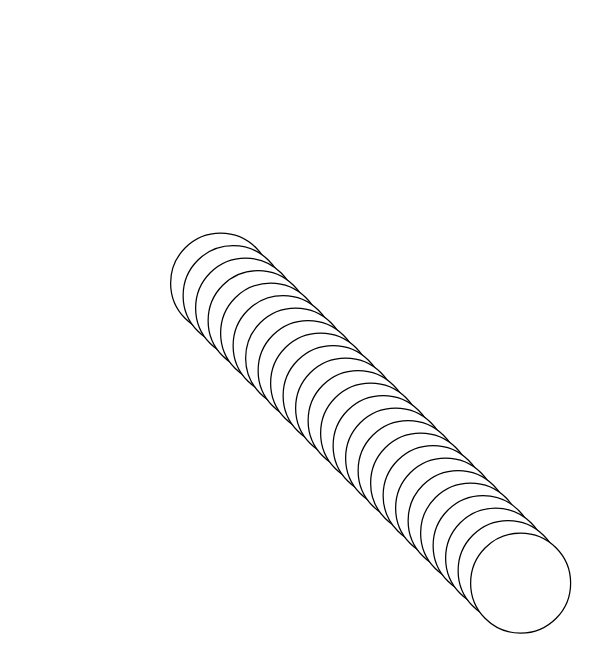
iswade/iswade keeps this draw.io diagram as desing.drawio. Above is the earlier version. Source tidied: cells renumbered, new cells numbered last; positions are measured from the earlier drawing's top-left corner, leaving out a move shared by most shapes. Both pictures are drawn from the tidied source at 125%, with x=0, y=0 at pixel (170, 232).
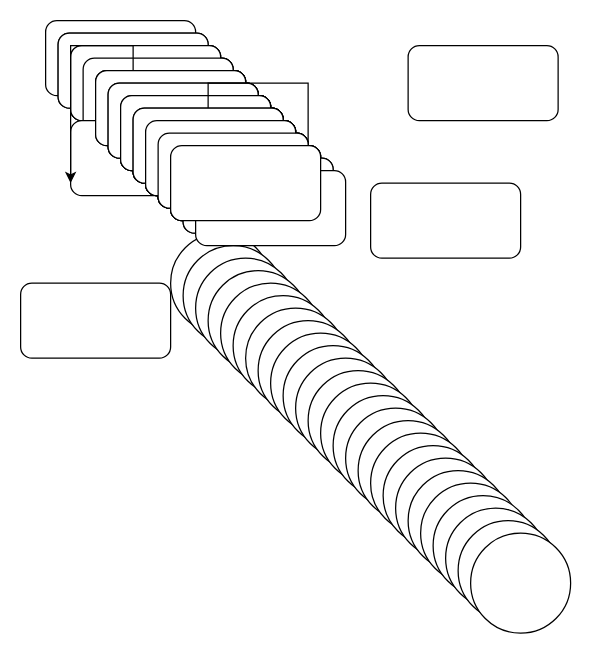
The same page after the edit.

Change to the diagram source:
```diff
@@
+    <mxCell id="27" style="rounded=1;whiteSpace=wrap;html=1;" parent="1" vertex="1">
+      <mxGeometry x="-100" y="-170" width="120" height="60" as="geometry" />
+    </mxCell>
+    <mxCell id="28" style="rounded=1;whiteSpace=wrap;html=1;" parent="1" vertex="1">
+      <mxGeometry x="-90" y="-160" width="120" height="60" as="geometry" />
+    </mxCell>
+    <mxCell id="29" style="rounded=1;whiteSpace=wrap;html=1;" parent="1" vertex="1">
+      <mxGeometry x="-80" y="-150" width="120" height="60" as="geometry" />
+    </mxCell>
+    <mxCell id="30" style="rounded=1;whiteSpace=wrap;html=1;" parent="1" vertex="1">
+      <mxGeometry x="-70" y="-140" width="120" height="60" as="geometry" />
+    </mxCell>
+    <mxCell id="31" style="rounded=1;whiteSpace=wrap;html=1;" parent="1" vertex="1">
+      <mxGeometry x="-60" y="-130" width="120" height="60" as="geometry" />
+    </mxCell>
+    <mxCell id="32" style="rounded=1;whiteSpace=wrap;html=1;" parent="1" vertex="1">
+      <mxGeometry x="-50" y="-120" width="120" height="60" as="geometry" />
+    </mxCell>
+    <mxCell id="33" style="rounded=1;whiteSpace=wrap;html=1;" parent="1" vertex="1">
+      <mxGeometry x="-40" y="-110" width="120" height="60" as="geometry" />
+    </mxCell>
+    <mxCell id="34" style="rounded=1;whiteSpace=wrap;html=1;" parent="1" vertex="1">
+      <mxGeometry x="-90" y="-160" width="120" height="60" as="geometry" />
+    </mxCell>
+    <mxCell id="35" style="rounded=1;whiteSpace=wrap;html=1;" parent="1" vertex="1">
+      <mxGeometry x="-80" y="-150" width="120" height="60" as="geometry" />
+    </mxCell>
+    <mxCell id="36" style="rounded=1;whiteSpace=wrap;html=1;" parent="1" vertex="1">
+      <mxGeometry x="-70" y="-140" width="120" height="60" as="geometry" />
+    </mxCell>
+    <mxCell id="37" style="rounded=1;whiteSpace=wrap;html=1;" parent="1" vertex="1">
+      <mxGeometry x="-60" y="-130" width="120" height="60" as="geometry" />
+    </mxCell>
+    <mxCell id="38" style="rounded=1;whiteSpace=wrap;html=1;" parent="1" vertex="1">
+      <mxGeometry x="-50" y="-120" width="120" height="60" as="geometry" />
+    </mxCell>
+    <mxCell id="39" style="rounded=1;whiteSpace=wrap;html=1;" parent="1" vertex="1">
+      <mxGeometry x="-40" y="-110" width="120" height="60" as="geometry" />
+    </mxCell>
+    <mxCell id="40" style="rounded=1;whiteSpace=wrap;html=1;" parent="1" vertex="1">
+      <mxGeometry x="-30" y="-100" width="120" height="60" as="geometry" />
+    </mxCell>
+    <mxCell id="41" style="rounded=1;whiteSpace=wrap;html=1;" parent="1" vertex="1">
+      <mxGeometry x="-80" y="-150" width="120" height="60" as="geometry" />
+    </mxCell>
+    <mxCell id="42" style="rounded=1;whiteSpace=wrap;html=1;" parent="1" vertex="1">
+      <mxGeometry x="-70" y="-140" width="120" height="60" as="geometry" />
+    </mxCell>
+    <mxCell id="43" style="rounded=1;whiteSpace=wrap;html=1;" parent="1" vertex="1">
+      <mxGeometry x="-60" y="-130" width="120" height="60" as="geometry" />
+    </mxCell>
+    <mxCell id="44" style="rounded=1;whiteSpace=wrap;html=1;" parent="1" vertex="1">
+      <mxGeometry x="-50" y="-120" width="120" height="60" as="geometry" />
+    </mxCell>
+    <mxCell id="45" style="rounded=1;whiteSpace=wrap;html=1;" parent="1" vertex="1">
+      <mxGeometry x="-40" y="-110" width="120" height="60" as="geometry" />
+    </mxCell>
+    <mxCell id="46" style="rounded=1;whiteSpace=wrap;html=1;" parent="1" vertex="1">
+      <mxGeometry x="-30" y="-100" width="120" height="60" as="geometry" />
+    </mxCell>
+    <mxCell id="47" style="rounded=1;whiteSpace=wrap;html=1;" parent="1" vertex="1">
+      <mxGeometry x="-20" y="-90" width="120" height="60" as="geometry" />
+    </mxCell>
+    <mxCell id="48" style="rounded=1;whiteSpace=wrap;html=1;" parent="1" vertex="1">
+      <mxGeometry x="-80" y="-90" width="120" height="60" as="geometry" />
+    </mxCell>
+    <mxCell id="49" style="rounded=1;whiteSpace=wrap;html=1;" parent="1" vertex="1">
+      <mxGeometry x="-60" y="-130" width="120" height="60" as="geometry" />
+    </mxCell>
+    <mxCell id="50" style="rounded=1;whiteSpace=wrap;html=1;" parent="1" vertex="1">
+      <mxGeometry x="-50" y="-120" width="120" height="60" as="geometry" />
+    </mxCell>
+    <mxCell id="51" style="rounded=1;whiteSpace=wrap;html=1;" parent="1" vertex="1">
+      <mxGeometry x="-40" y="-110" width="120" height="60" as="geometry" />
+    </mxCell>
+    <mxCell id="52" style="rounded=1;whiteSpace=wrap;html=1;" parent="1" vertex="1">
+      <mxGeometry x="-30" y="-100" width="120" height="60" as="geometry" />
+    </mxCell>
+    <mxCell id="53" style="rounded=1;whiteSpace=wrap;html=1;" parent="1" vertex="1">
+      <mxGeometry x="-20" y="-90" width="120" height="60" as="geometry" />
+    </mxCell>
+    <mxCell id="54" style="rounded=1;whiteSpace=wrap;html=1;" parent="1" vertex="1">
+      <mxGeometry x="-10" y="-80" width="120" height="60" as="geometry" />
+    </mxCell>
+    <mxCell id="55" style="edgeStyle=orthogonalEdgeStyle;rounded=0;jettySize=auto;html=1;exitX=0.25;exitY=0;exitDx=0;exitDy=0;" parent="1" edge="1" source="56">
+      <mxGeometry relative="1" as="geometry">
+        <mxPoint x="-80" y="-40" as="targetPoint" />
+      </mxGeometry>
+    </mxCell>
+    <mxCell id="56" style="rounded=1;whiteSpace=wrap;html=1;" parent="1" vertex="1">
+      <mxGeometry x="-60" y="-130" width="120" height="60" as="geometry" />
+    </mxCell>
+    <mxCell id="57" style="rounded=1;whiteSpace=wrap;html=1;" parent="1" vertex="1">
+      <mxGeometry x="-50" y="-120" width="120" height="60" as="geometry" />
+    </mxCell>
+    <mxCell id="58" style="rounded=1;whiteSpace=wrap;html=1;" parent="1" vertex="1">
+      <mxGeometry x="-40" y="-110" width="120" height="60" as="geometry" />
+    </mxCell>
+    <mxCell id="59" style="rounded=1;whiteSpace=wrap;html=1;" parent="1" vertex="1">
+      <mxGeometry x="-30" y="-100" width="120" height="60" as="geometry" />
+    </mxCell>
+    <mxCell id="60" style="rounded=1;whiteSpace=wrap;html=1;" parent="1" vertex="1">
+      <mxGeometry x="-20" y="-90" width="120" height="60" as="geometry" />
+    </mxCell>
+    <mxCell id="61" style="rounded=1;whiteSpace=wrap;html=1;" parent="1" vertex="1">
+      <mxGeometry x="-10" y="-80" width="120" height="60" as="geometry" />
+    </mxCell>
+    <mxCell id="62" style="rounded=1;whiteSpace=wrap;html=1;" parent="1" vertex="1">
+      <mxGeometry y="-70" width="120" height="60" as="geometry" />
+    </mxCell>
+    <mxCell id="63" style="rounded=1;whiteSpace=wrap;html=1;" parent="1" vertex="1">
+      <mxGeometry x="-50" y="-120" width="120" height="60" as="geometry" />
+    </mxCell>
+    <mxCell id="64" style="rounded=1;whiteSpace=wrap;html=1;" parent="1" vertex="1">
+      <mxGeometry x="-40" y="-110" width="120" height="60" as="geometry" />
+    </mxCell>
+    <mxCell id="65" style="rounded=1;whiteSpace=wrap;html=1;" parent="1" vertex="1">
+      <mxGeometry x="-30" y="-100" width="120" height="60" as="geometry" />
+    </mxCell>
+    <mxCell id="66" style="rounded=1;whiteSpace=wrap;html=1;" parent="1" vertex="1">
+      <mxGeometry x="-20" y="-90" width="120" height="60" as="geometry" />
+    </mxCell>
+    <mxCell id="67" style="rounded=1;whiteSpace=wrap;html=1;" parent="1" vertex="1">
+      <mxGeometry x="-10" y="-80" width="120" height="60" as="geometry" />
+    </mxCell>
+    <mxCell id="68" style="rounded=1;whiteSpace=wrap;html=1;" parent="1" vertex="1">
+      <mxGeometry y="-70" width="120" height="60" as="geometry" />
+    </mxCell>
+    <mxCell id="69" style="rounded=1;whiteSpace=wrap;html=1;" parent="1" vertex="1">
+      <mxGeometry x="10" y="-60" width="120" height="60" as="geometry" />
+    </mxCell>
+    <mxCell id="70" style="rounded=1;whiteSpace=wrap;html=1;" parent="1" vertex="1">
+      <mxGeometry x="-40" y="-110" width="120" height="60" as="geometry" />
+    </mxCell>
+    <mxCell id="71" style="rounded=1;whiteSpace=wrap;html=1;" parent="1" vertex="1">
+      <mxGeometry x="-30" y="-100" width="120" height="60" as="geometry" />
+    </mxCell>
+    <mxCell id="72" style="rounded=1;whiteSpace=wrap;html=1;" parent="1" vertex="1">
+      <mxGeometry x="-20" y="-90" width="120" height="60" as="geometry" />
+    </mxCell>
+    <mxCell id="73" style="rounded=1;whiteSpace=wrap;html=1;" parent="1" vertex="1">
+      <mxGeometry x="-10" y="-80" width="120" height="60" as="geometry" />
+    </mxCell>
+    <mxCell id="74" style="rounded=1;whiteSpace=wrap;html=1;" parent="1" vertex="1">
+      <mxGeometry y="-70" width="120" height="60" as="geometry" />
+    </mxCell>
+    <mxCell id="75" style="rounded=1;whiteSpace=wrap;html=1;" parent="1" vertex="1">
+      <mxGeometry x="10" y="-60" width="120" height="60" as="geometry" />
+    </mxCell>
+    <mxCell id="76" style="rounded=1;whiteSpace=wrap;html=1;" parent="1" vertex="1">
+      <mxGeometry x="20" y="-50" width="120" height="60" as="geometry" />
+    </mxCell>
+    <mxCell id="77" style="edgeStyle=orthogonalEdgeStyle;rounded=0;jettySize=auto;html=1;exitX=0.5;exitY=0;exitDx=0;exitDy=0;" parent="1" edge="1" source="78" target="81">
+      <mxGeometry relative="1" as="geometry" />
+    </mxCell>
+    <mxCell id="78" style="rounded=1;whiteSpace=wrap;html=1;" parent="1" vertex="1">
+      <mxGeometry x="-30" y="-100" width="120" height="60" as="geometry" />
+    </mxCell>
+    <mxCell id="79" style="rounded=1;whiteSpace=wrap;html=1;" parent="1" vertex="1">
+      <mxGeometry x="-20" y="-90" width="120" height="60" as="geometry" />
+    </mxCell>
+    <mxCell id="80" style="rounded=1;whiteSpace=wrap;html=1;" parent="1" vertex="1">
+      <mxGeometry x="-10" y="-80" width="120" height="60" as="geometry" />
+    </mxCell>
+    <mxCell id="81" style="rounded=1;whiteSpace=wrap;html=1;" parent="1" vertex="1">
+      <mxGeometry y="-70" width="120" height="60" as="geometry" />
+    </mxCell>
+    <mxCell id="82" style="rounded=1;whiteSpace=wrap;html=1;" parent="1" vertex="1">
+      <mxGeometry x="190" y="-150" width="120" height="60" as="geometry" />
+    </mxCell>
+    <mxCell id="83" style="rounded=1;whiteSpace=wrap;html=1;" parent="1" vertex="1">
+      <mxGeometry x="-120" y="40" width="120" height="60" as="geometry" />
+    </mxCell>
+    <mxCell id="84" style="rounded=1;whiteSpace=wrap;html=1;" parent="1" vertex="1">
+      <mxGeometry x="160" y="-40" width="120" height="60" as="geometry" />
+    </mxCell>
```
